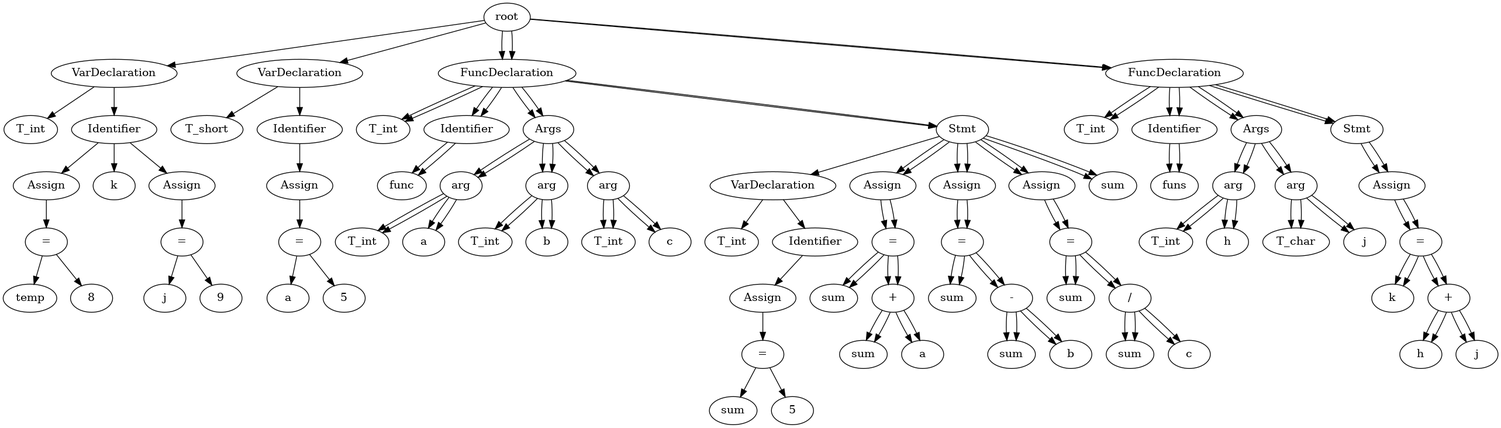
This is test.gv.png from Jstar49/starCC, a Graphviz export, as it was before one commit. Its source is kept beside it as test.gv.
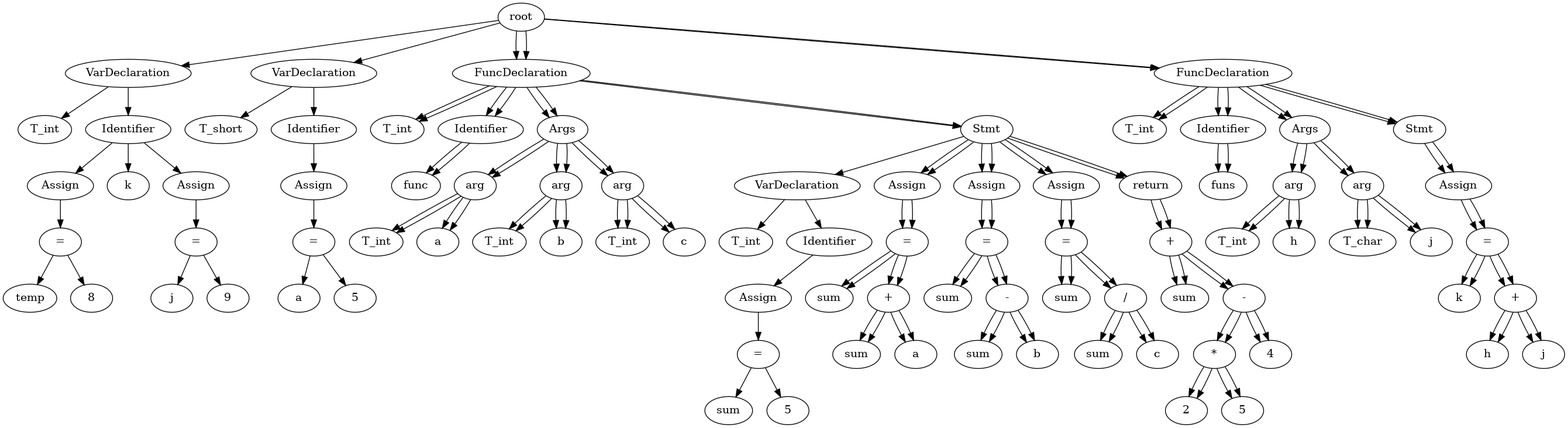
The same file after the commit.

What changed in the source:
```diff
@@ -118,44 +118,58 @@
 	57 -> 56
 	58 [label=c]
 	57 -> 58
-	59 [label=sum]
+	59 [label=return]
 	33 -> 59
-	60 [label=FuncDeclaration]
-	None -> 60
-	61 [label=T_int]
-	60 -> 61
-	62 [label=Identifier]
-	60 -> 62
-	63 [label=funs]
-	62 -> 63
-	64 [label=Args]
-	60 -> 64
-	65 [label=arg]
-	64 -> 65
-	66 [label=T_int]
+	61 [label="+"]
+	59 -> 61
+	60 [label=sum]
+	61 -> 60
+	65 [label="-"]
+	61 -> 65
+	63 [label="*"]
+	65 -> 63
+	62 [label=2]
+	63 -> 62
+	64 [label=5]
+	63 -> 64
+	66 [label=4]
 	65 -> 66
-	67 [label=h]
-	65 -> 67
-	68 [label=arg]
-	64 -> 68
-	69 [label=T_char]
-	68 -> 69
-	70 [label=j]
-	68 -> 70
-	71 [label=Stmt]
-	60 -> 71
-	72 [label=Assign]
+	67 [label=FuncDeclaration]
+	None -> 67
+	68 [label=T_int]
+	67 -> 68
+	69 [label=Identifier]
+	67 -> 69
+	70 [label=funs]
+	69 -> 70
+	71 [label=Args]
+	67 -> 71
+	72 [label=arg]
 	71 -> 72
-	74 [label="="]
+	73 [label=T_int]
+	72 -> 73
+	74 [label=h]
 	72 -> 74
-	73 [label=k]
-	74 -> 73
-	76 [label="+"]
-	74 -> 76
-	75 [label=h]
-	76 -> 75
+	75 [label=arg]
+	71 -> 75
+	76 [label=T_char]
+	75 -> 76
 	77 [label=j]
-	76 -> 77
+	75 -> 77
+	78 [label=Stmt]
+	67 -> 78
+	79 [label=Assign]
+	78 -> 79
+	81 [label="="]
+	79 -> 81
+	80 [label=k]
+	81 -> 80
+	83 [label="+"]
+	81 -> 83
+	82 [label=h]
+	83 -> 82
+	84 [label=j]
+	83 -> 84
 	None [label=root]
 	19 [label=FuncDeclaration]
 	None -> 19
@@ -223,42 +237,56 @@
 	57 -> 56
 	58 [label=c]
 	57 -> 58
-	59 [label=sum]
+	59 [label=return]
 	33 -> 59
-	60 [label=FuncDeclaration]
-	None -> 60
-	61 [label=T_int]
-	60 -> 61
-	62 [label=Identifier]
-	60 -> 62
-	63 [label=funs]
-	62 -> 63
-	64 [label=Args]
-	60 -> 64
-	65 [label=arg]
-	64 -> 65
-	66 [label=T_int]
+	61 [label="+"]
+	59 -> 61
+	60 [label=sum]
+	61 -> 60
+	65 [label="-"]
+	61 -> 65
+	63 [label="*"]
+	65 -> 63
+	62 [label=2]
+	63 -> 62
+	64 [label=5]
+	63 -> 64
+	66 [label=4]
 	65 -> 66
-	67 [label=h]
-	65 -> 67
-	68 [label=arg]
-	64 -> 68
-	69 [label=T_char]
-	68 -> 69
-	70 [label=j]
-	68 -> 70
-	71 [label=Stmt]
-	60 -> 71
-	72 [label=Assign]
+	67 [label=FuncDeclaration]
+	None -> 67
+	68 [label=T_int]
+	67 -> 68
+	69 [label=Identifier]
+	67 -> 69
+	70 [label=funs]
+	69 -> 70
+	71 [label=Args]
+	67 -> 71
+	72 [label=arg]
 	71 -> 72
-	74 [label="="]
+	73 [label=T_int]
+	72 -> 73
+	74 [label=h]
 	72 -> 74
-	73 [label=k]
-	74 -> 73
-	76 [label="+"]
-	74 -> 76
-	75 [label=h]
-	76 -> 75
+	75 [label=arg]
+	71 -> 75
+	76 [label=T_char]
+	75 -> 76
 	77 [label=j]
-	76 -> 77
+	75 -> 77
+	78 [label=Stmt]
+	67 -> 78
+	79 [label=Assign]
+	78 -> 79
+	81 [label="="]
+	79 -> 81
+	80 [label=k]
+	81 -> 80
+	83 [label="+"]
+	81 -> 83
+	82 [label=h]
+	83 -> 82
+	84 [label=j]
+	83 -> 84
 }
```
